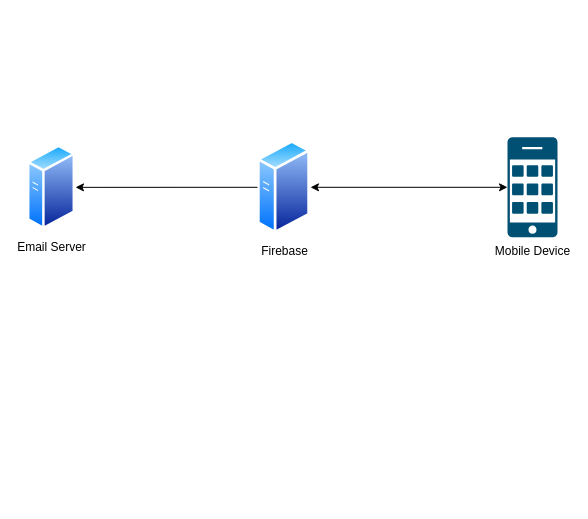
Before: page "Physical View" (2 of 4) of 4 + 1 Diagrams.drawio in lbrown51/Global-Tactics-Mobile, a draw.io diagram. Source tidied: cells renumbered, new cells numbered last; positions are measured from the earlier drawing's top-left corner, leaving out a move shared by most shapes. Both pictures are drawn from the tidied source at 100%, with x=0, y=0 at pixel (27, 137).
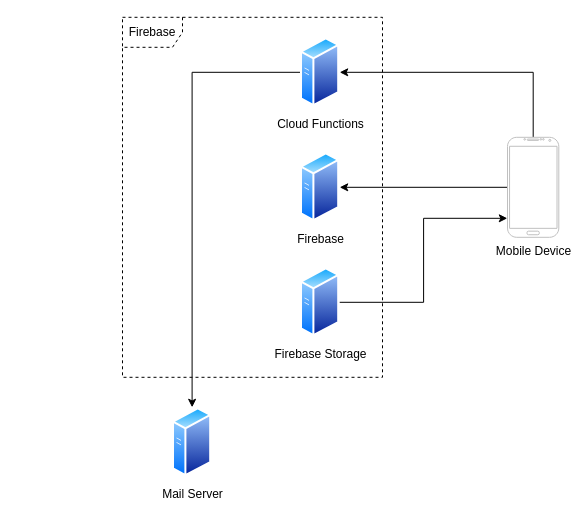
Above is the later version.

Change to the diagram source:
```diff
@@
 <mxGraphModel>
   <root>
     <mxCell id="0" />
     <mxCell id="1" parent="0" />
-    <mxCell id="2" style="edgeStyle=orthogonalEdgeStyle;rounded=0;jettySize=auto;html=1;exitX=0;exitY=0.5;exitDx=0;exitDy=0;exitPerimeter=0;startArrow=classic;startFill=1;" parent="1" edge="1" source="3" target="4">
-      <mxGeometry relative="1" as="geometry" />
-    </mxCell>
+    <mxCell id="7" value="Firebase" style="shape=umlFrame;whiteSpace=wrap;html=1;dashed=1;gradientColor=#ffffff;" parent="1" vertex="1">
+      <mxGeometry x="95" y="-120.2" width="260" height="360" as="geometry" />
+    </mxCell>
+    <mxCell id="8" style="edgeStyle=orthogonalEdgeStyle;rounded=0;jettySize=auto;html=1;entryX=-0.004;entryY=0.81;entryDx=0;entryDy=0;entryPerimeter=0;" parent="1" edge="1" source="9" target="3">
+      <mxGeometry relative="1" as="geometry" />
+    </mxCell>
+    <mxCell id="9" value="Firebase Storage" style="perimeter=ellipsePerimeter;html=1;align=center;shadow=0;dashed=0;spacingTop=3;image;image=img/lib/active_directory/generic_server.svg;" parent="1" vertex="1">
+      <mxGeometry x="273" y="129.8" width="39.2" height="70" as="geometry" />
+    </mxCell>
+    <mxCell id="10" value="Firebase" style="perimeter=ellipsePerimeter;html=1;align=center;shadow=0;dashed=0;spacingTop=3;image;image=img/lib/active_directory/generic_server.svg;" parent="1" vertex="1">
+      <mxGeometry x="273" y="14.8" width="39.2" height="70" as="geometry" />
+    </mxCell>
+    <mxCell id="11" style="edgeStyle=orthogonalEdgeStyle;rounded=0;jettySize=auto;html=1;exitX=0;exitY=0.5;exitDx=0;exitDy=0;entryX=0.5;entryY=0;entryDx=0;entryDy=0;" parent="1" edge="1" source="12" target="13">
+      <mxGeometry relative="1" as="geometry" />
+    </mxCell>
+    <mxCell id="12" value="Cloud Functions" style="perimeter=ellipsePerimeter;html=1;align=center;shadow=0;dashed=0;spacingTop=3;image;image=img/lib/active_directory/generic_server.svg;" parent="1" vertex="1">
+      <mxGeometry x="273" y="-100.2" width="39.2" height="70" as="geometry" />
+    </mxCell>
+    <mxCell id="13" value="Mail Server" style="perimeter=ellipsePerimeter;html=1;align=center;shadow=0;dashed=0;spacingTop=3;image;image=img/lib/active_directory/generic_server.svg;" parent="1" vertex="1">
+      <mxGeometry x="145" y="269.8" width="39.2" height="70" as="geometry" />
+    </mxCell>
+    <mxCell id="14" style="edgeStyle=orthogonalEdgeStyle;rounded=0;jettySize=auto;html=1;entryX=1;entryY=0.5;entryDx=0;entryDy=0;" parent="1" edge="1" source="3" target="12">
+      <mxGeometry relative="1" as="geometry">
+        <Array as="points">
+          <mxPoint x="506" y="-65.2" />
+        </Array>
+      </mxGeometry>
+    </mxCell>
+    <mxCell id="15" style="edgeStyle=orthogonalEdgeStyle;rounded=0;jettySize=auto;html=1;" parent="1" edge="1" source="3" target="10">
+      <mxGeometry relative="1" as="geometry" />
+    </mxCell>
-    <mxCell id="3" value="Mobile Device" style="points=[[0.015,0.015,0],[0.985,0.015,0],[0.985,0.985,0],[0.015,0.985,0],[0.25,0,0],[0.5,0,0],[0.75,0,0],[1,0.25,0],[1,0.5,0],[1,0.75,0],[0.75,1,0],[0.5,1,0],[0.25,1,0],[0,0.75,0],[0,0.5,0],[0,0.25,0]];verticalLabelPosition=bottom;html=1;verticalAlign=top;align=center;shape=mxgraph.cisco19.cell_phone;fillColor=#005073;strokeColor=none;" parent="1" vertex="1">
-      <mxGeometry x="480" y="-0.2" width="50" height="100" as="geometry" />
+    <mxCell id="3" value="Mobile Device" style="verticalLabelPosition=bottom;verticalAlign=top;html=1;shadow=0;dashed=0;strokeWidth=1;shape=mxgraph.android.phone2;strokeColor=#c0c0c0;" parent="1" vertex="1">
+      <mxGeometry x="480" y="-0.2" width="51.3" height="100" as="geometry" />
     </mxCell>
-    <mxCell id="4" value="Firebase" style="perimeter=ellipsePerimeter;html=1;align=center;shadow=0;dashed=0;spacingTop=3;image;image=img/lib/active_directory/generic_server.svg;gradientColor=#ffffff;" parent="1" vertex="1">
-      <mxGeometry x="230" y="2.5" width="53" height="94.6" as="geometry" />
-    </mxCell>
-    <mxCell id="5" value="Email Server" style="perimeter=ellipsePerimeter;html=1;align=center;shadow=0;dashed=0;spacingTop=3;image;image=img/lib/active_directory/generic_server.svg;gradientColor=#ffffff;" parent="1" vertex="1">
-      <mxGeometry y="7" width="48" height="85.7" as="geometry" />
-    </mxCell>
-    <mxCell id="6" style="endArrow=classic;html=1;exitX=0;exitY=0.5;exitDx=0;exitDy=0;entryX=1;entryY=0.5;entryDx=0;entryDy=0;" parent="1" edge="1" source="4" target="5">
-      <mxGeometry relative="1" as="geometry" />
-    </mxCell>
   </root>
 </mxGraphModel>
```
